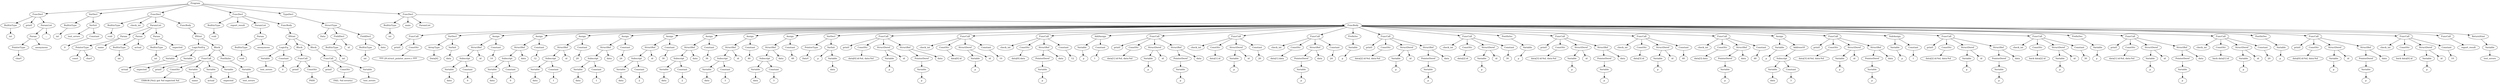
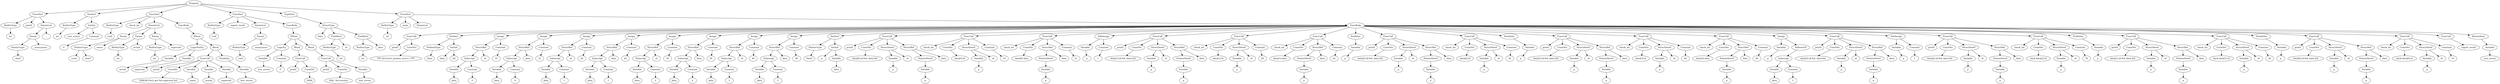
digraph {
Program [label = Program]
Program -> FuncDecl_0
FuncDecl_0 [label = FuncDecl]
FuncDecl_0 -> BuiltinType_1
BuiltinType_1 [label = BuiltinType]
"int_1" [label = "int"]
BuiltinType_1 -> "int_1"
printf_0[ label = printf]
FuncDecl_0 -> printf_0
FuncDecl_0 -> ParamList_2
ParamList_2 [label = ParamList]
ParamList_2 -> Param_3
Param_3 [label = Param]
Param_3 -> PointerType_4
PointerType_4 [label = PointerType]
"char*_4" [label = "char*"]
PointerType_4 -> "char*_4"
anonymous_3 [label = anonymous]
Param_3 -> anonymous_3
"..._2" [label = "..."]
ParamList_2 -> "..._2"
Program -> VarDecl_5
VarDecl_5 [label = VarDecl]
VarDecl_5 -> BuiltinType_6
BuiltinType_6 [label = BuiltinType]
"int_6" [label = "int"]
BuiltinType_6 -> "int_6"
VarDecl_5 -> VarInit_7
VarInit_7 [label = VarInit]
test_errors_7 [label = test_errors]
VarInit_7 -> test_errors_7
VarInit_7 -> Constant_8
Constant_8 [label = Constant]
int_8 [label = "0"]
Constant_8 -> int_8
Program -> FuncDecl_9
FuncDecl_9 [label = FuncDecl]
FuncDecl_9 -> BuiltinType_10
BuiltinType_10 [label = BuiltinType]
"void_10" [label = "void"]
BuiltinType_10 -> "void_10"
check_int_9[ label = check_int]
FuncDecl_9 -> check_int_9
FuncDecl_9 -> ParamList_11
ParamList_11 [label = ParamList]
ParamList_11 -> Param_12
Param_12 [label = Param]
Param_12 -> PointerType_13
PointerType_13 [label = PointerType]
const_13 [label = const]
PointerType_13 -> const_13
"char*_13" [label = "char*"]
PointerType_13 -> "char*_13"
name_12 [label = name]
Param_12 -> name_12
ParamList_11 -> Param_14
Param_14 [label = Param]
Param_14 -> BuiltinType_15
BuiltinType_15 [label = BuiltinType]
"int_15" [label = "int"]
BuiltinType_15 -> "int_15"
actual_14 [label = actual]
Param_14 -> actual_14
ParamList_11 -> Param_16
Param_16 [label = Param]
Param_16 -> BuiltinType_17
BuiltinType_17 [label = BuiltinType]
"int_17" [label = "int"]
BuiltinType_17 -> "int_17"
expected_16 [label = expected]
Param_16 -> expected_16
FuncDecl_9 -> FuncBody_18
FuncBody_18 [label = FuncBody]
FuncBody_18 -> IfStmt_19
IfStmt_19 [label = IfStmt]
IfStmt_19 -> LogicNotEq_20
LogicNotEq_20 [label = LogicNotEq]
LogicNotEq_20 -> Variable_21
Variable_21 [label = Variable]
actual_21 [label = actual]
Variable_21 -> actual_21
LogicNotEq_20 -> Variable_22
Variable_22 [label = Variable]
expected_22 [label = expected]
Variable_22 -> expected_22
IfStmt_19 -> Block_23
Block_23 [label = Block]
Block_23 -> FuncCall_24
FuncCall_24 [label = FuncCall]
printf_24[ label = printf]
FuncCall_24 -> printf_24
FuncCall_24 -> ConstStr_25
ConstStr_25 [label = ConstStr]
str_25 [label = "ERROR [%s]: got %d expected %d"]
ConstStr_25 -> str_25
FuncCall_24 -> Variable_26
Variable_26 [label = Variable]
name_26 [label = name]
Variable_26 -> name_26
FuncCall_24 -> Variable_27
Variable_27 [label = Variable]
actual_27 [label = actual]
Variable_27 -> actual_27
FuncCall_24 -> Variable_28
Variable_28 [label = Variable]
expected_28 [label = expected]
Variable_28 -> expected_28
Block_23 -> PostfixInc_29
PostfixInc_29 [label = PostfixInc]
PostfixInc_29 -> Variable_30
Variable_30 [label = Variable]
test_errors_30 [label = test_errors]
Variable_30 -> test_errors_30
Program -> FuncDecl_31
FuncDecl_31 [label = FuncDecl]
FuncDecl_31 -> BuiltinType_32
BuiltinType_32 [label = BuiltinType]
"void_32" [label = "void"]
BuiltinType_32 -> "void_32"
report_result_31[ label = report_result]
FuncDecl_31 -> report_result_31
FuncDecl_31 -> ParamList_33
ParamList_33 [label = ParamList]
ParamList_33 -> Param_34
Param_34 [label = Param]
Param_34 -> BuiltinType_35
BuiltinType_35 [label = BuiltinType]
"void_35" [label = "void"]
BuiltinType_35 -> "void_35"
anonymous_34 [label = anonymous]
Param_34 -> anonymous_34
FuncDecl_31 -> FuncBody_36
FuncBody_36 [label = FuncBody]
FuncBody_36 -> IfStmt_37
IfStmt_37 [label = IfStmt]
IfStmt_37 -> LogicEq_38
LogicEq_38 [label = LogicEq]
LogicEq_38 -> Variable_39
Variable_39 [label = Variable]
test_errors_39 [label = test_errors]
Variable_39 -> test_errors_39
LogicEq_38 -> Constant_40
Constant_40 [label = Constant]
int_40 [label = "0"]
Constant_40 -> int_40
IfStmt_37 -> Block_41
Block_41 [label = Block]
Block_41 -> FuncCall_42
FuncCall_42 [label = FuncCall]
printf_42[ label = printf]
FuncCall_42 -> printf_42
FuncCall_42 -> ConstStr_43
ConstStr_43 [label = ConstStr]
str_43 [label = "PASS"]
ConstStr_43 -> str_43
IfStmt_37 -> Block_44
Block_44 [label = Block]
Block_44 -> FuncCall_45
FuncCall_45 [label = FuncCall]
printf_45[ label = printf]
FuncCall_45 -> printf_45
FuncCall_45 -> ConstStr_46
ConstStr_46 [label = ConstStr]
str_46 [label = "FAIL: %d error(s)"]
ConstStr_46 -> str_46
FuncCall_45 -> Variable_47
Variable_47 [label = Variable]
test_errors_47 [label = test_errors]
Variable_47 -> test_errors_47
Program -> TypeDecl_48
TypeDecl_48 [label = TypeDecl]
TypeDecl_48 -> StructType_49
StructType_49 [label = StructType]
"Data_49" [label = "Data"]
StructType_49 -> "Data_49"
StructType_49 -> FieldDecl_50
FieldDecl_50 [label = FieldDecl]
FieldDecl_50 -> BuiltinType_51
BuiltinType_51 [label = BuiltinType]
"int_51" [label = "int"]
BuiltinType_51 -> "int_51"
id_50 [label = id]
FieldDecl_50 -> id_50
StructType_49 -> FieldDecl_52
FieldDecl_52 [label = FieldDecl]
FieldDecl_52 -> BuiltinType_53
BuiltinType_53 [label = BuiltinType]
"int_53" [label = "int"]
BuiltinType_53 -> "int_53"
data_52 [label = data]
FieldDecl_52 -> data_52
Program -> FuncDecl_54
FuncDecl_54 [label = FuncDecl]
FuncDecl_54 -> BuiltinType_55
BuiltinType_55 [label = BuiltinType]
"int_55" [label = "int"]
BuiltinType_55 -> "int_55"
main_54[ label = main]
FuncDecl_54 -> main_54
FuncDecl_54 -> ParamList_56
ParamList_56 [label = ParamList]
FuncDecl_54 -> FuncBody_57
FuncBody_57 [label = FuncBody]
FuncBody_57 -> FuncCall_58
FuncCall_58 [label = FuncCall]
printf_58[ label = printf]
FuncCall_58 -> printf_58
FuncCall_58 -> ConstStr_59
ConstStr_59 [label = ConstStr]
str_59 [label = "**** 29.struct_pointer_move.c ****"]
ConstStr_59 -> str_59
FuncBody_57 -> VarDecl_60
VarDecl_60 [label = VarDecl]
- VarDecl_60 -> ArrayType_61
- ArrayType_61 [label = ArrayType]
- "Data[4]_61" [label = "Data[4]"]
- ArrayType_61 -> "Data[4]_61"
+ VarDecl_60 -> DefinedType_61
+ DefinedType_61 [label = DefinedType]
+ "Data_61" [label = "Data"]
+ DefinedType_61 -> "Data_61"
VarDecl_60 -> VarInit_62
VarInit_62 [label = VarInit]
data_62 [label = data]
VarInit_62 -> data_62
+ bounds_62 [label = "[4]"]
+ VarInit_62 -> bounds_62
FuncBody_57 -> Assign_63
Assign_63 [label = Assign]
Assign_63 -> StructRef_64
StructRef_64 [label = StructRef]
StructRef_64 -> Subscript_65
Subscript_65 [label = Subscript]
Subscript_65 -> Variable_66
Variable_66 [label = Variable]
data_66 [label = data]
Variable_66 -> data_66
Subscript_65 -> Constant_67
Constant_67 [label = Constant]
int_67 [label = "0"]
Constant_67 -> int_67
id_64[ label = id]
StructRef_64 -> id_64
Assign_63 -> Constant_68
Constant_68 [label = Constant]
int_68 [label = "10"]
Constant_68 -> int_68
FuncBody_57 -> Assign_69
Assign_69 [label = Assign]
Assign_69 -> StructRef_70
StructRef_70 [label = StructRef]
StructRef_70 -> Subscript_71
Subscript_71 [label = Subscript]
Subscript_71 -> Variable_72
Variable_72 [label = Variable]
data_72 [label = data]
Variable_72 -> data_72
Subscript_71 -> Constant_73
Constant_73 [label = Constant]
int_73 [label = "0"]
Constant_73 -> int_73
data_70[ label = data]
StructRef_70 -> data_70
Assign_69 -> Constant_74
Constant_74 [label = Constant]
int_74 [label = "12"]
Constant_74 -> int_74
FuncBody_57 -> Assign_75
Assign_75 [label = Assign]
Assign_75 -> StructRef_76
StructRef_76 [label = StructRef]
StructRef_76 -> Subscript_77
Subscript_77 [label = Subscript]
Subscript_77 -> Variable_78
Variable_78 [label = Variable]
data_78 [label = data]
Variable_78 -> data_78
Subscript_77 -> Constant_79
Constant_79 [label = Constant]
int_79 [label = "1"]
Constant_79 -> int_79
id_76[ label = id]
StructRef_76 -> id_76
Assign_75 -> Constant_80
Constant_80 [label = Constant]
int_80 [label = "20"]
Constant_80 -> int_80
FuncBody_57 -> Assign_81
Assign_81 [label = Assign]
Assign_81 -> StructRef_82
StructRef_82 [label = StructRef]
StructRef_82 -> Subscript_83
Subscript_83 [label = Subscript]
Subscript_83 -> Variable_84
Variable_84 [label = Variable]
data_84 [label = data]
Variable_84 -> data_84
Subscript_83 -> Constant_85
Constant_85 [label = Constant]
int_85 [label = "1"]
Constant_85 -> int_85
data_82[ label = data]
StructRef_82 -> data_82
Assign_81 -> Constant_86
Constant_86 [label = Constant]
int_86 [label = "24"]
Constant_86 -> int_86
FuncBody_57 -> Assign_87
Assign_87 [label = Assign]
Assign_87 -> StructRef_88
StructRef_88 [label = StructRef]
StructRef_88 -> Subscript_89
Subscript_89 [label = Subscript]
Subscript_89 -> Variable_90
Variable_90 [label = Variable]
data_90 [label = data]
Variable_90 -> data_90
Subscript_89 -> Constant_91
Constant_91 [label = Constant]
int_91 [label = "2"]
Constant_91 -> int_91
id_88[ label = id]
StructRef_88 -> id_88
Assign_87 -> Constant_92
Constant_92 [label = Constant]
int_92 [label = "30"]
Constant_92 -> int_92
FuncBody_57 -> Assign_93
Assign_93 [label = Assign]
Assign_93 -> StructRef_94
StructRef_94 [label = StructRef]
StructRef_94 -> Subscript_95
Subscript_95 [label = Subscript]
Subscript_95 -> Variable_96
Variable_96 [label = Variable]
data_96 [label = data]
Variable_96 -> data_96
Subscript_95 -> Constant_97
Constant_97 [label = Constant]
int_97 [label = "2"]
Constant_97 -> int_97
data_94[ label = data]
StructRef_94 -> data_94
Assign_93 -> Constant_98
Constant_98 [label = Constant]
int_98 [label = "36"]
Constant_98 -> int_98
FuncBody_57 -> Assign_99
Assign_99 [label = Assign]
Assign_99 -> StructRef_100
StructRef_100 [label = StructRef]
StructRef_100 -> Subscript_101
Subscript_101 [label = Subscript]
Subscript_101 -> Variable_102
Variable_102 [label = Variable]
data_102 [label = data]
Variable_102 -> data_102
Subscript_101 -> Constant_103
Constant_103 [label = Constant]
int_103 [label = "3"]
Constant_103 -> int_103
id_100[ label = id]
StructRef_100 -> id_100
Assign_99 -> Constant_104
Constant_104 [label = Constant]
int_104 [label = "40"]
Constant_104 -> int_104
FuncBody_57 -> Assign_105
Assign_105 [label = Assign]
Assign_105 -> StructRef_106
StructRef_106 [label = StructRef]
StructRef_106 -> Subscript_107
Subscript_107 [label = Subscript]
Subscript_107 -> Variable_108
Variable_108 [label = Variable]
data_108 [label = data]
Variable_108 -> data_108
Subscript_107 -> Constant_109
Constant_109 [label = Constant]
int_109 [label = "3"]
Constant_109 -> int_109
data_106[ label = data]
StructRef_106 -> data_106
Assign_105 -> Constant_110
Constant_110 [label = Constant]
int_110 [label = "48"]
Constant_110 -> int_110
FuncBody_57 -> VarDecl_111
VarDecl_111 [label = VarDecl]
VarDecl_111 -> PointerType_112
PointerType_112 [label = PointerType]
"Data*_112" [label = "Data*"]
PointerType_112 -> "Data*_112"
VarDecl_111 -> VarInit_113
VarInit_113 [label = VarInit]
p_113 [label = p]
VarInit_113 -> p_113
VarInit_113 -> Variable_114
Variable_114 [label = Variable]
data_114 [label = data]
Variable_114 -> data_114
FuncBody_57 -> FuncCall_115
FuncCall_115 [label = FuncCall]
printf_115[ label = printf]
FuncCall_115 -> printf_115
FuncCall_115 -> ConstStr_116
ConstStr_116 [label = ConstStr]
str_116 [label = "data[0] id:%d, data:%d"]
ConstStr_116 -> str_116
FuncCall_115 -> StructDeref_117
StructDeref_117 [label = StructDeref]
StructDeref_117 -> Variable_118
Variable_118 [label = Variable]
p_118 [label = p]
Variable_118 -> p_118
id_117[ label = id]
StructDeref_117 -> id_117
FuncCall_115 -> StructRef_119
StructRef_119 [label = StructRef]
StructRef_119 -> PointerDeref_120
PointerDeref_120 [label = PointerDeref]
PointerDeref_120 -> Variable_121
Variable_121 [label = Variable]
p_121 [label = p]
Variable_121 -> p_121
data_119[ label = data]
StructRef_119 -> data_119
FuncBody_57 -> FuncCall_122
FuncCall_122 [label = FuncCall]
check_int_122[ label = check_int]
FuncCall_122 -> check_int_122
FuncCall_122 -> ConstStr_123
ConstStr_123 [label = ConstStr]
str_123 [label = "data[0] id"]
ConstStr_123 -> str_123
FuncCall_122 -> StructDeref_124
StructDeref_124 [label = StructDeref]
StructDeref_124 -> Variable_125
Variable_125 [label = Variable]
p_125 [label = p]
Variable_125 -> p_125
id_124[ label = id]
StructDeref_124 -> id_124
FuncCall_122 -> Constant_126
Constant_126 [label = Constant]
int_126 [label = "10"]
Constant_126 -> int_126
FuncBody_57 -> FuncCall_127
FuncCall_127 [label = FuncCall]
check_int_127[ label = check_int]
FuncCall_127 -> check_int_127
FuncCall_127 -> ConstStr_128
ConstStr_128 [label = ConstStr]
str_128 [label = "data[0] data"]
ConstStr_128 -> str_128
FuncCall_127 -> StructRef_129
StructRef_129 [label = StructRef]
StructRef_129 -> PointerDeref_130
PointerDeref_130 [label = PointerDeref]
PointerDeref_130 -> Variable_131
Variable_131 [label = Variable]
p_131 [label = p]
Variable_131 -> p_131
data_129[ label = data]
StructRef_129 -> data_129
FuncCall_127 -> Constant_132
Constant_132 [label = Constant]
int_132 [label = "12"]
Constant_132 -> int_132
FuncBody_57 -> AddAssign_133
AddAssign_133 [label = AddAssign]
AddAssign_133 -> Variable_134
Variable_134 [label = Variable]
p_134 [label = p]
Variable_134 -> p_134
AddAssign_133 -> Constant_135
Constant_135 [label = Constant]
int_135 [label = "1"]
Constant_135 -> int_135
FuncBody_57 -> FuncCall_136
FuncCall_136 [label = FuncCall]
printf_136[ label = printf]
FuncCall_136 -> printf_136
FuncCall_136 -> ConstStr_137
ConstStr_137 [label = ConstStr]
str_137 [label = "data[1] id:%d, data:%d"]
ConstStr_137 -> str_137
FuncCall_136 -> StructDeref_138
StructDeref_138 [label = StructDeref]
StructDeref_138 -> Variable_139
Variable_139 [label = Variable]
p_139 [label = p]
Variable_139 -> p_139
id_138[ label = id]
StructDeref_138 -> id_138
FuncCall_136 -> StructRef_140
StructRef_140 [label = StructRef]
StructRef_140 -> PointerDeref_141
PointerDeref_141 [label = PointerDeref]
PointerDeref_141 -> Variable_142
Variable_142 [label = Variable]
p_142 [label = p]
Variable_142 -> p_142
data_140[ label = data]
StructRef_140 -> data_140
FuncBody_57 -> FuncCall_143
FuncCall_143 [label = FuncCall]
check_int_143[ label = check_int]
FuncCall_143 -> check_int_143
FuncCall_143 -> ConstStr_144
ConstStr_144 [label = ConstStr]
str_144 [label = "data[1] id"]
ConstStr_144 -> str_144
FuncCall_143 -> StructDeref_145
StructDeref_145 [label = StructDeref]
StructDeref_145 -> Variable_146
Variable_146 [label = Variable]
p_146 [label = p]
Variable_146 -> p_146
id_145[ label = id]
StructDeref_145 -> id_145
FuncCall_143 -> Constant_147
Constant_147 [label = Constant]
int_147 [label = "20"]
Constant_147 -> int_147
FuncBody_57 -> FuncCall_148
FuncCall_148 [label = FuncCall]
check_int_148[ label = check_int]
FuncCall_148 -> check_int_148
FuncCall_148 -> ConstStr_149
ConstStr_149 [label = ConstStr]
str_149 [label = "data[1] data"]
ConstStr_149 -> str_149
FuncCall_148 -> StructRef_150
StructRef_150 [label = StructRef]
StructRef_150 -> PointerDeref_151
PointerDeref_151 [label = PointerDeref]
PointerDeref_151 -> Variable_152
Variable_152 [label = Variable]
p_152 [label = p]
Variable_152 -> p_152
data_150[ label = data]
StructRef_150 -> data_150
FuncCall_148 -> Constant_153
Constant_153 [label = Constant]
int_153 [label = "24"]
Constant_153 -> int_153
FuncBody_57 -> PrefixInc_154
PrefixInc_154 [label = PrefixInc]
PrefixInc_154 -> Variable_155
Variable_155 [label = Variable]
p_155 [label = p]
Variable_155 -> p_155
FuncBody_57 -> FuncCall_156
FuncCall_156 [label = FuncCall]
printf_156[ label = printf]
FuncCall_156 -> printf_156
FuncCall_156 -> ConstStr_157
ConstStr_157 [label = ConstStr]
str_157 [label = "data[2] id:%d, data:%d"]
ConstStr_157 -> str_157
FuncCall_156 -> StructDeref_158
StructDeref_158 [label = StructDeref]
StructDeref_158 -> Variable_159
Variable_159 [label = Variable]
p_159 [label = p]
Variable_159 -> p_159
id_158[ label = id]
StructDeref_158 -> id_158
FuncCall_156 -> StructRef_160
StructRef_160 [label = StructRef]
StructRef_160 -> PointerDeref_161
PointerDeref_161 [label = PointerDeref]
PointerDeref_161 -> Variable_162
Variable_162 [label = Variable]
p_162 [label = p]
Variable_162 -> p_162
data_160[ label = data]
StructRef_160 -> data_160
FuncBody_57 -> FuncCall_163
FuncCall_163 [label = FuncCall]
check_int_163[ label = check_int]
FuncCall_163 -> check_int_163
FuncCall_163 -> ConstStr_164
ConstStr_164 [label = ConstStr]
str_164 [label = "data[2] id"]
ConstStr_164 -> str_164
FuncCall_163 -> StructDeref_165
StructDeref_165 [label = StructDeref]
StructDeref_165 -> Variable_166
Variable_166 [label = Variable]
p_166 [label = p]
Variable_166 -> p_166
id_165[ label = id]
StructDeref_165 -> id_165
FuncCall_163 -> Constant_167
Constant_167 [label = Constant]
int_167 [label = "30"]
Constant_167 -> int_167
FuncBody_57 -> PostfixInc_168
PostfixInc_168 [label = PostfixInc]
PostfixInc_168 -> Variable_169
Variable_169 [label = Variable]
p_169 [label = p]
Variable_169 -> p_169
FuncBody_57 -> FuncCall_170
FuncCall_170 [label = FuncCall]
printf_170[ label = printf]
FuncCall_170 -> printf_170
FuncCall_170 -> ConstStr_171
ConstStr_171 [label = ConstStr]
str_171 [label = "data[3] id:%d, data:%d"]
ConstStr_171 -> str_171
FuncCall_170 -> StructDeref_172
StructDeref_172 [label = StructDeref]
StructDeref_172 -> Variable_173
Variable_173 [label = Variable]
p_173 [label = p]
Variable_173 -> p_173
id_172[ label = id]
StructDeref_172 -> id_172
FuncCall_170 -> StructRef_174
StructRef_174 [label = StructRef]
StructRef_174 -> PointerDeref_175
PointerDeref_175 [label = PointerDeref]
PointerDeref_175 -> Variable_176
Variable_176 [label = Variable]
p_176 [label = p]
Variable_176 -> p_176
data_174[ label = data]
StructRef_174 -> data_174
FuncBody_57 -> FuncCall_177
FuncCall_177 [label = FuncCall]
check_int_177[ label = check_int]
FuncCall_177 -> check_int_177
FuncCall_177 -> ConstStr_178
ConstStr_178 [label = ConstStr]
str_178 [label = "data[3] id"]
ConstStr_178 -> str_178
FuncCall_177 -> StructDeref_179
StructDeref_179 [label = StructDeref]
StructDeref_179 -> Variable_180
Variable_180 [label = Variable]
p_180 [label = p]
Variable_180 -> p_180
id_179[ label = id]
StructDeref_179 -> id_179
FuncCall_177 -> Constant_181
Constant_181 [label = Constant]
int_181 [label = "40"]
Constant_181 -> int_181
FuncBody_57 -> FuncCall_182
FuncCall_182 [label = FuncCall]
check_int_182[ label = check_int]
FuncCall_182 -> check_int_182
FuncCall_182 -> ConstStr_183
ConstStr_183 [label = ConstStr]
str_183 [label = "data[3] data"]
ConstStr_183 -> str_183
FuncCall_182 -> StructRef_184
StructRef_184 [label = StructRef]
StructRef_184 -> PointerDeref_185
PointerDeref_185 [label = PointerDeref]
PointerDeref_185 -> Variable_186
Variable_186 [label = Variable]
p_186 [label = p]
Variable_186 -> p_186
data_184[ label = data]
StructRef_184 -> data_184
FuncCall_182 -> Constant_187
Constant_187 [label = Constant]
int_187 [label = "48"]
Constant_187 -> int_187
FuncBody_57 -> Assign_188
Assign_188 [label = Assign]
Assign_188 -> Variable_189
Variable_189 [label = Variable]
p_189 [label = p]
Variable_189 -> p_189
Assign_188 -> AddressOf_190
AddressOf_190 [label = AddressOf]
AddressOf_190 -> Subscript_191
Subscript_191 [label = Subscript]
Subscript_191 -> Variable_192
Variable_192 [label = Variable]
data_192 [label = data]
Variable_192 -> data_192
Subscript_191 -> Constant_193
Constant_193 [label = Constant]
int_193 [label = "3"]
Constant_193 -> int_193
FuncBody_57 -> FuncCall_194
FuncCall_194 [label = FuncCall]
printf_194[ label = printf]
FuncCall_194 -> printf_194
FuncCall_194 -> ConstStr_195
ConstStr_195 [label = ConstStr]
str_195 [label = "data[3] id:%d, data:%d"]
ConstStr_195 -> str_195
FuncCall_194 -> StructDeref_196
StructDeref_196 [label = StructDeref]
StructDeref_196 -> Variable_197
Variable_197 [label = Variable]
p_197 [label = p]
Variable_197 -> p_197
id_196[ label = id]
StructDeref_196 -> id_196
FuncCall_194 -> StructRef_198
StructRef_198 [label = StructRef]
StructRef_198 -> PointerDeref_199
PointerDeref_199 [label = PointerDeref]
PointerDeref_199 -> Variable_200
Variable_200 [label = Variable]
p_200 [label = p]
Variable_200 -> p_200
data_198[ label = data]
StructRef_198 -> data_198
FuncBody_57 -> SubAssign_201
SubAssign_201 [label = SubAssign]
SubAssign_201 -> Variable_202
Variable_202 [label = Variable]
p_202 [label = p]
Variable_202 -> p_202
SubAssign_201 -> Constant_203
Constant_203 [label = Constant]
int_203 [label = "1"]
Constant_203 -> int_203
FuncBody_57 -> FuncCall_204
FuncCall_204 [label = FuncCall]
printf_204[ label = printf]
FuncCall_204 -> printf_204
FuncCall_204 -> ConstStr_205
ConstStr_205 [label = ConstStr]
str_205 [label = "data[2] id:%d, data:%d"]
ConstStr_205 -> str_205
FuncCall_204 -> StructDeref_206
StructDeref_206 [label = StructDeref]
StructDeref_206 -> Variable_207
Variable_207 [label = Variable]
p_207 [label = p]
Variable_207 -> p_207
id_206[ label = id]
StructDeref_206 -> id_206
FuncCall_204 -> StructRef_208
StructRef_208 [label = StructRef]
StructRef_208 -> PointerDeref_209
PointerDeref_209 [label = PointerDeref]
PointerDeref_209 -> Variable_210
Variable_210 [label = Variable]
p_210 [label = p]
Variable_210 -> p_210
data_208[ label = data]
StructRef_208 -> data_208
FuncBody_57 -> FuncCall_211
FuncCall_211 [label = FuncCall]
check_int_211[ label = check_int]
FuncCall_211 -> check_int_211
FuncCall_211 -> ConstStr_212
ConstStr_212 [label = ConstStr]
str_212 [label = "back data[2] id"]
ConstStr_212 -> str_212
FuncCall_211 -> StructDeref_213
StructDeref_213 [label = StructDeref]
StructDeref_213 -> Variable_214
Variable_214 [label = Variable]
p_214 [label = p]
Variable_214 -> p_214
id_213[ label = id]
StructDeref_213 -> id_213
FuncCall_211 -> Constant_215
Constant_215 [label = Constant]
int_215 [label = "30"]
Constant_215 -> int_215
FuncBody_57 -> PrefixDec_216
PrefixDec_216 [label = PrefixDec]
PrefixDec_216 -> Variable_217
Variable_217 [label = Variable]
p_217 [label = p]
Variable_217 -> p_217
FuncBody_57 -> FuncCall_218
FuncCall_218 [label = FuncCall]
printf_218[ label = printf]
FuncCall_218 -> printf_218
FuncCall_218 -> ConstStr_219
ConstStr_219 [label = ConstStr]
str_219 [label = "data[1] id:%d, data:%d"]
ConstStr_219 -> str_219
FuncCall_218 -> StructDeref_220
StructDeref_220 [label = StructDeref]
StructDeref_220 -> Variable_221
Variable_221 [label = Variable]
p_221 [label = p]
Variable_221 -> p_221
id_220[ label = id]
StructDeref_220 -> id_220
FuncCall_218 -> StructRef_222
StructRef_222 [label = StructRef]
StructRef_222 -> PointerDeref_223
PointerDeref_223 [label = PointerDeref]
PointerDeref_223 -> Variable_224
Variable_224 [label = Variable]
p_224 [label = p]
Variable_224 -> p_224
data_222[ label = data]
StructRef_222 -> data_222
FuncBody_57 -> FuncCall_225
FuncCall_225 [label = FuncCall]
check_int_225[ label = check_int]
FuncCall_225 -> check_int_225
FuncCall_225 -> ConstStr_226
ConstStr_226 [label = ConstStr]
str_226 [label = "back data[1] id"]
ConstStr_226 -> str_226
FuncCall_225 -> StructDeref_227
StructDeref_227 [label = StructDeref]
StructDeref_227 -> Variable_228
Variable_228 [label = Variable]
p_228 [label = p]
Variable_228 -> p_228
id_227[ label = id]
StructDeref_227 -> id_227
FuncCall_225 -> Constant_229
Constant_229 [label = Constant]
int_229 [label = "20"]
Constant_229 -> int_229
FuncBody_57 -> PostfixDec_230
PostfixDec_230 [label = PostfixDec]
PostfixDec_230 -> Variable_231
Variable_231 [label = Variable]
p_231 [label = p]
Variable_231 -> p_231
FuncBody_57 -> FuncCall_232
FuncCall_232 [label = FuncCall]
printf_232[ label = printf]
FuncCall_232 -> printf_232
FuncCall_232 -> ConstStr_233
ConstStr_233 [label = ConstStr]
str_233 [label = "data[0] id:%d, data:%d"]
ConstStr_233 -> str_233
FuncCall_232 -> StructDeref_234
StructDeref_234 [label = StructDeref]
StructDeref_234 -> Variable_235
Variable_235 [label = Variable]
p_235 [label = p]
Variable_235 -> p_235
id_234[ label = id]
StructDeref_234 -> id_234
FuncCall_232 -> StructRef_236
StructRef_236 [label = StructRef]
StructRef_236 -> PointerDeref_237
PointerDeref_237 [label = PointerDeref]
PointerDeref_237 -> Variable_238
Variable_238 [label = Variable]
p_238 [label = p]
Variable_238 -> p_238
data_236[ label = data]
StructRef_236 -> data_236
FuncBody_57 -> FuncCall_239
FuncCall_239 [label = FuncCall]
check_int_239[ label = check_int]
FuncCall_239 -> check_int_239
FuncCall_239 -> ConstStr_240
ConstStr_240 [label = ConstStr]
str_240 [label = "back data[0] id"]
ConstStr_240 -> str_240
FuncCall_239 -> StructDeref_241
StructDeref_241 [label = StructDeref]
StructDeref_241 -> Variable_242
Variable_242 [label = Variable]
p_242 [label = p]
Variable_242 -> p_242
id_241[ label = id]
StructDeref_241 -> id_241
FuncCall_239 -> Constant_243
Constant_243 [label = Constant]
int_243 [label = "10"]
Constant_243 -> int_243
FuncBody_57 -> FuncCall_244
FuncCall_244 [label = FuncCall]
report_result_244[ label = report_result]
FuncCall_244 -> report_result_244
FuncBody_57 -> ReturnStmt_245
ReturnStmt_245 [label = ReturnStmt]
ReturnStmt_245 -> Variable_246
Variable_246 [label = Variable]
test_errors_246 [label = test_errors]
Variable_246 -> test_errors_246
}
